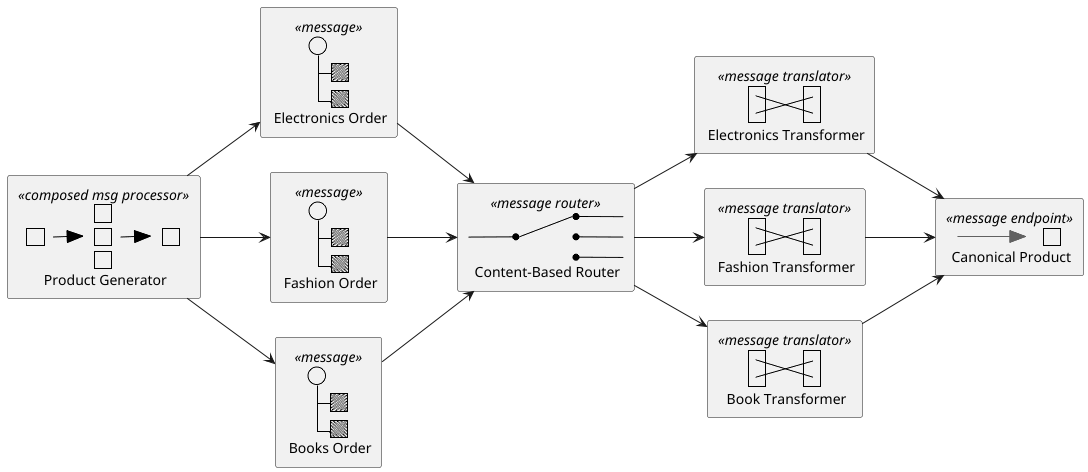
Earlier version of the PlantUML export canonical-data-model.png (nicolasduminil/eip).
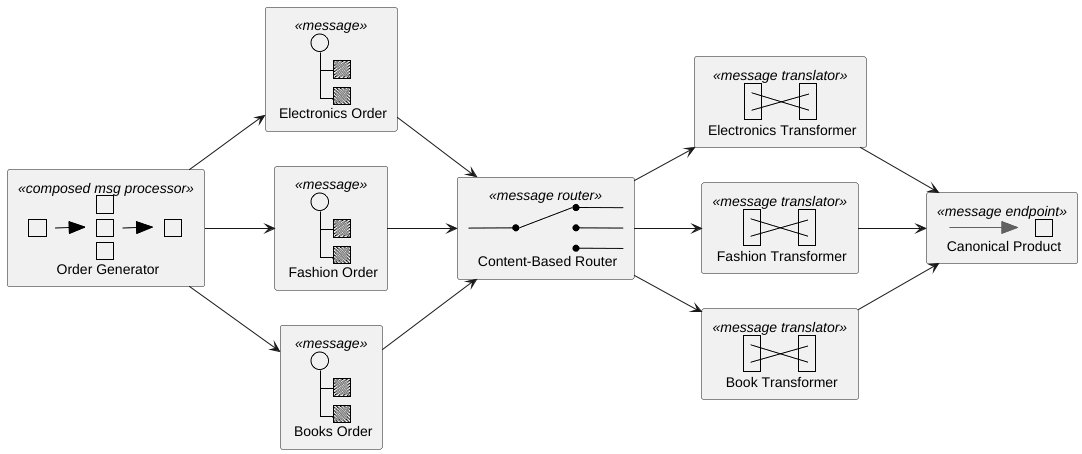
Above is the later version.

Diff of the diagram source:
```diff
@@ -1,7 +1,7 @@
 @startuml
 !includeurl https://raw.githubusercontent.com/plantuml-stdlib/EIP-PlantUML/main/dist/EIP-PlantUML.puml
 LAYOUT_LEFT_RIGHT()
-ComposedMessageProcessor(productGenerator, "Product Generator")
+ComposedMessageProcessor(productGenerator, "Order Generator")
 Message(msgElectronics, "Electronics Order")
 Message(msgFashion, "Fashion Order")
 Message(msgBooks, "Books Order")
```
